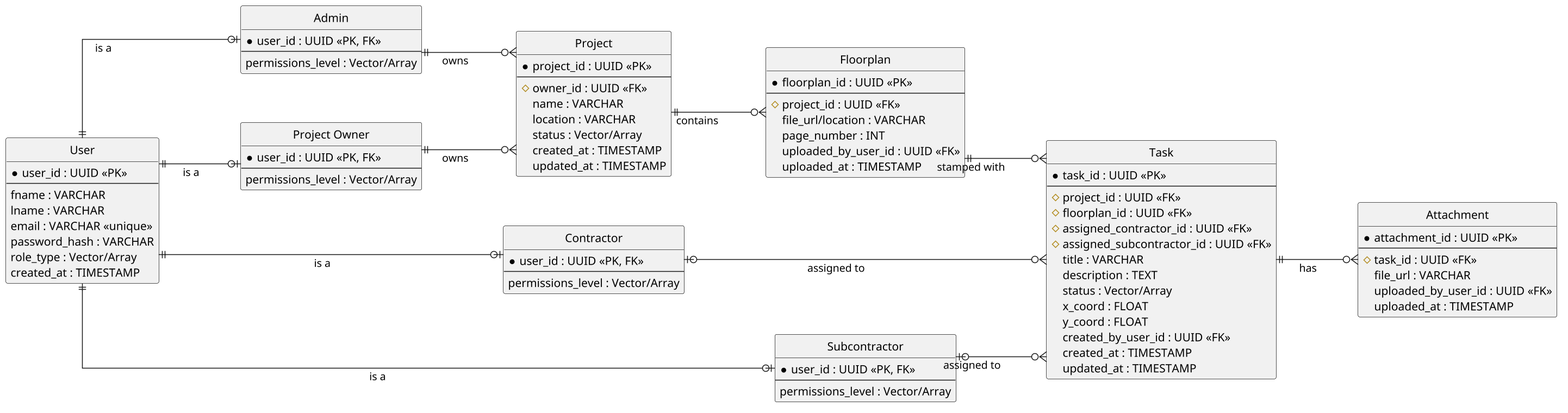
Above: ER/Diagram/ER.png in owenwriston/CMSC-447 (PlantUML), before the change.
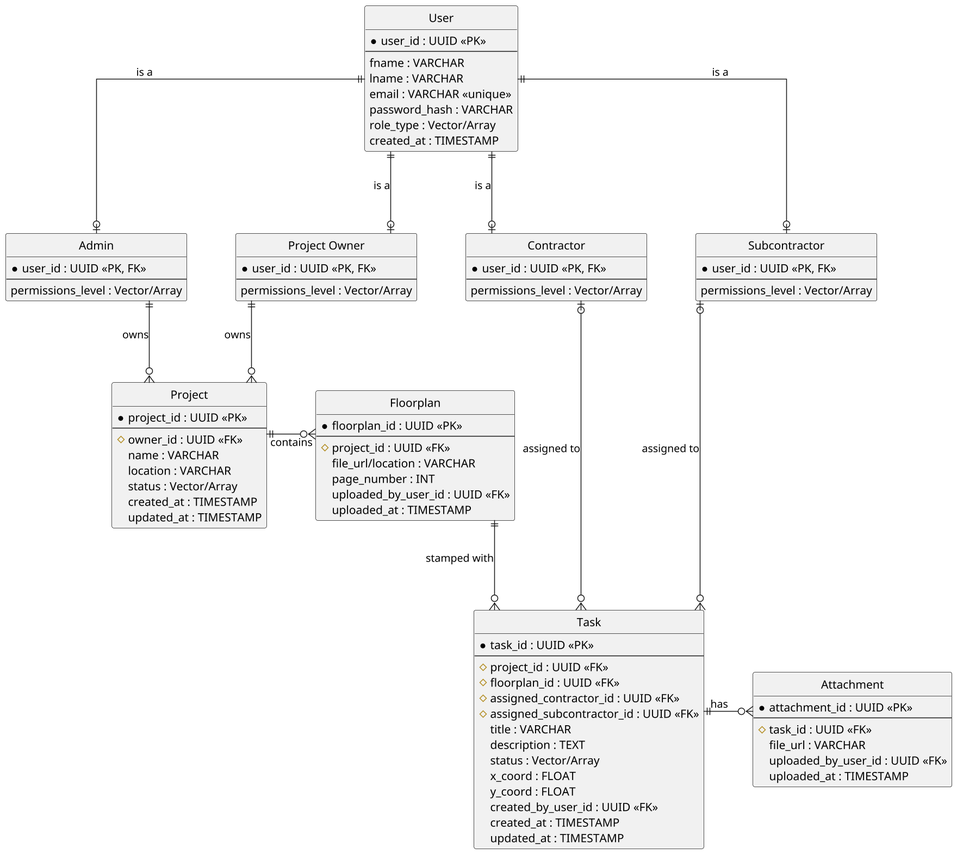
Later version of the same file.

The edit, as a diff of the source:
```diff
@@ -2,7 +2,7 @@
 scale 1.5
 hide circle
 skinparam linetype ortho
-left to right direction
+top to bottom direction
 skinparam nodesep 60
 skinparam ranksep 100
 
@@ -88,6 +88,11 @@
   uploaded_at : TIMESTAMP
 }
 
+Admin -[hidden]right-> Owner
+Con -[hidden]right-> Sub
+Project -[hidden]right-> Floorplan
+Task -[hidden]right-> Attachment
+
 User ||--o| Admin : "is a"
 User ||--o| Owner : "is a"
 User ||--o| Con : "is a"
```
